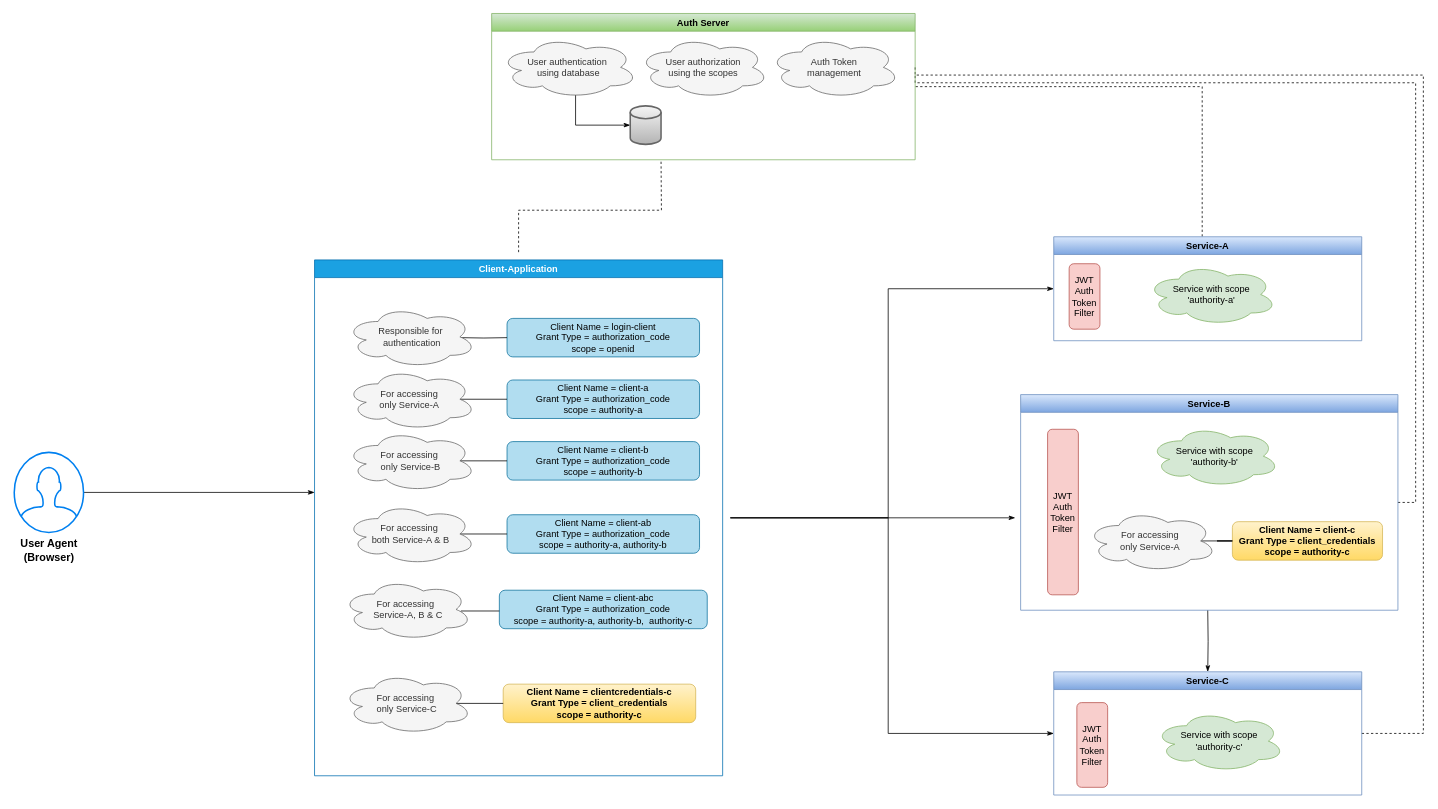
This is micro-oauth-security-patterns/Project-flow.drawio from HimanshubhusanRath/microservices_architecture, a draw.io file, before an edit. Source tidied: cells renumbered, new cells numbered last; positions are measured from the earlier drawing's top-left corner, leaving out a move shared by most shapes. Both pictures are drawn from the tidied source at 77%, with x=0, y=0 at pixel (14, 13).
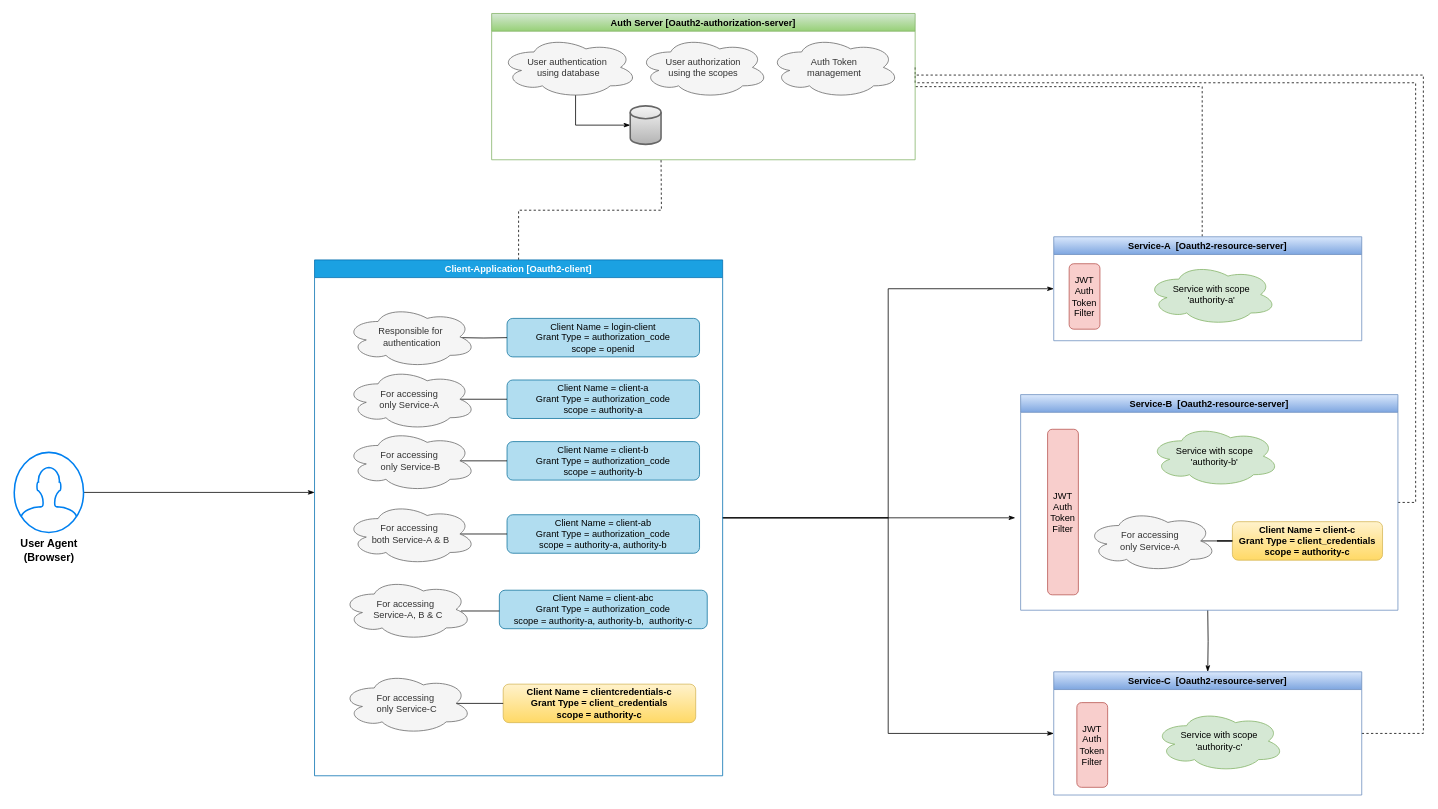
The same page after the edit.

Diff of the diagram source:
```diff
@@
-    <mxCell id="3" value="Service-A" style="swimlane;fillColor=#dae8fc;gradientColor=#7ea6e0;strokeColor=#6c8ebf;" parent="1" vertex="1">
+    <mxCell id="3" value="Service-A  [Oauth2-resource-server]" style="swimlane;fillColor=#dae8fc;gradientColor=#7ea6e0;strokeColor=#6c8ebf;" parent="1" vertex="1">
       <mxGeometry x="1350" y="290" width="400" height="135" as="geometry" />
     </mxCell>
@@
-    <mxCell id="8" value="Service-B" style="swimlane;fillColor=#dae8fc;gradientColor=#7ea6e0;strokeColor=#6c8ebf;" parent="1" vertex="1">
+    <mxCell id="8" value="Service-B  [Oauth2-resource-server]" style="swimlane;fillColor=#dae8fc;gradientColor=#7ea6e0;strokeColor=#6c8ebf;" parent="1" vertex="1">
       <mxGeometry x="1307" y="495" width="490" height="280" as="geometry" />
     </mxCell>
@@
-    <mxCell id="15" value="Service-C" style="swimlane;fillColor=#dae8fc;gradientColor=#7ea6e0;strokeColor=#6c8ebf;" parent="1" vertex="1">
+    <mxCell id="15" value="Service-C  [Oauth2-resource-server]" style="swimlane;fillColor=#dae8fc;gradientColor=#7ea6e0;strokeColor=#6c8ebf;" parent="1" vertex="1">
       <mxGeometry x="1350" y="855" width="400" height="160" as="geometry" />
     </mxCell>
@@
-    <mxCell id="18" value="Auth Server" style="swimlane;startSize=23;fillColor=#d5e8d4;gradientColor=#97d077;strokeColor=#82b366;fontStyle=1;rounded=0;" parent="1" vertex="1">
+    <mxCell id="18" value="Auth Server [Oauth2-authorization-server]" style="swimlane;startSize=23;fillColor=#d5e8d4;gradientColor=#97d077;strokeColor=#82b366;fontStyle=1;rounded=0;" parent="1" vertex="1">
       <mxGeometry x="620" width="550" height="190" as="geometry" />
     </mxCell>
@@
-    <mxCell id="28" value="&#10;Client-Application&#10;" style="swimlane;startSize=23;fillColor=#1ba1e2;strokeColor=#006EAF;fontColor=#ffffff;perimeterSpacing=10;" parent="1" vertex="1">
+    <mxCell id="28" value="Client-Application [Oauth2-client]" style="swimlane;startSize=23;fillColor=#1ba1e2;strokeColor=#006EAF;fontColor=#ffffff;" parent="1" vertex="1">
       <mxGeometry x="390" y="320" width="530" height="670" as="geometry" />
     </mxCell>
```
